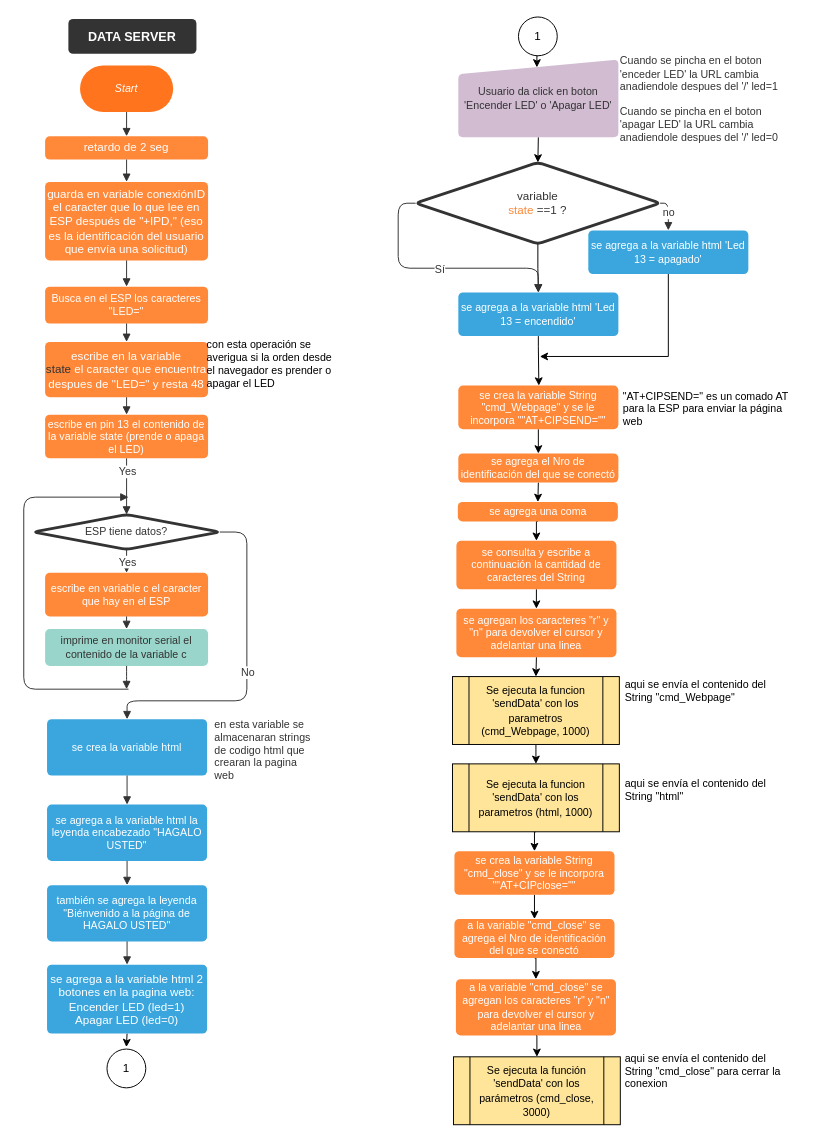
pardofernando/arduino-at-led keeps this draw.io diagram as page "Page-3" (3 of 3) of Arduino AT Led - diagrama de flujo.drawio. Above is the earlier version. Source tidied: cells renumbered, new cells numbered last; positions are measured from the earlier drawing's top-left corner, leaving out a move shared by most shapes. Both pictures are drawn from the tidied source at 97%, with x=0, y=0 at pixel (-47, 16).
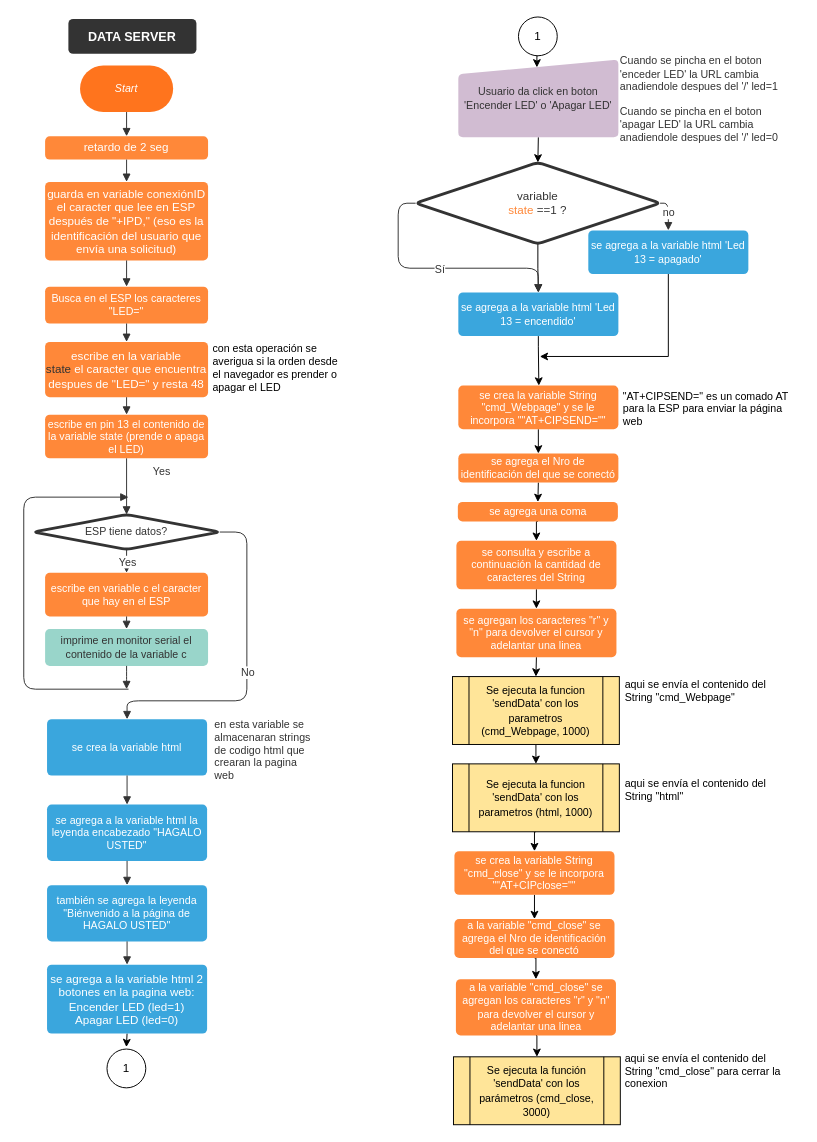
After the change.

Unchanged cells that the change refers to:
```xml
<mxCell id="16" style="html=1;jettySize=18;fontSize=11;strokeColor=#333333;strokeOpacity=100;rounded=1;arcSize=24;edgeStyle=orthogonalEdgeStyle;startArrow=none;endArrow=block;endFill=1;exitX=0.5;exitY=0.9999999999999994;exitPerimeter=1;entryX=0.5;entryY=-0.02207343971801811;entryPerimeter=1;" parent="1" edge="1" source="8" target="9">
  <mxGeometry relative="1" as="geometry" />
</mxCell>
```

Diff of the diagram source:
```diff
@@
-    <mxCell id="5" value="&lt;div style=&quot;color:#ffffff;text-align: center;&quot;&gt;guarda en variable conexiónID&#10;&lt;/div&gt;&lt;div style=&quot;color:#ffffff;text-align: center;&quot;&gt;el caracter que lo que lee en ESP después de &quot;+IPD,&quot; (eso es la identificación del usuario que envía una solicitud)&lt;/div&gt;" style="html=1;whiteSpace=wrap;overflow=width;html=1;spacing=3;strokeColor=none;strokeOpacity=100;fillOpacity=100;rounded=1;absoluteArcSize=1;arcSize=9.6;fillColor=#ff8839;strokeWidth=0;" parent="1" vertex="1">
+    <mxCell id="5" value="&lt;div style=&quot;color: #ffffff ; text-align: center&quot;&gt;guarda en variable conexiónID&lt;br&gt;&lt;/div&gt;&lt;div style=&quot;color: #ffffff ; text-align: center&quot;&gt;el caracter que lee en ESP después de &quot;+IPD,&quot; (eso es la identificación del usuario que envía una solicitud)&lt;/div&gt;" style="html=1;whiteSpace=wrap;overflow=width;html=1;spacing=3;strokeColor=none;strokeOpacity=100;fillOpacity=100;rounded=1;absoluteArcSize=1;arcSize=9.6;fillColor=#ff8839;strokeWidth=0;" parent="1" vertex="1">
       <mxGeometry x="94" y="170" width="168" height="81" as="geometry" />
     </mxCell>
@@
     <mxCell id="17" value="Yes" style="text;html=1;labelBackgroundColor=#ffffff;align=center;verticalAlign=middle;fontColor=#333333;fontSize=11;" parent="16" vertex="1">
-      <mxGeometry x="-0.54" relative="1" as="geometry" />
+      <mxGeometry x="-0.54" relative="1" as="geometry">
+        <mxPoint x="35" as="offset" />
+      </mxGeometry>
     </mxCell>
@@
     <mxCell id="75" value="&lt;font style=&quot;font-size: 11px&quot;&gt;con esta operación se averigua si la orden desde el navegador es prender o apagar el LED&lt;/font&gt;" style="text;html=1;strokeColor=none;fillColor=none;align=left;verticalAlign=middle;whiteSpace=wrap;rounded=0;fontSize=11;spacingLeft=4;" parent="1" vertex="1">
-      <mxGeometry x="255" y="327.5" width="140" height="60" as="geometry" />
+      <mxGeometry x="261" y="331.5" width="140" height="60" as="geometry" />
     </mxCell>
```
